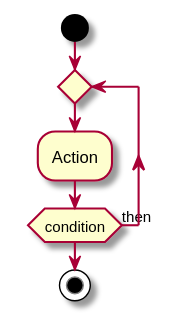
Above: USantaTecla/tech-plantuml/images/Ejemplo70.svg in USantaTecla-0-general/3-publicaciones (PlantUML), before the change.
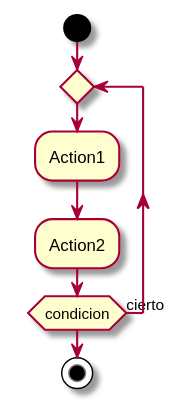
After the change.

The edit, as a diff of the source:
```diff
@@ -2,8 +2,9 @@
 start
 
 repeat
-  :Action;
-repeat while (condition) is (then)
+  :Action1;
+  :Action2;
+repeat while (condicion) is (cierto)
 
 stop
 @enduml
```
